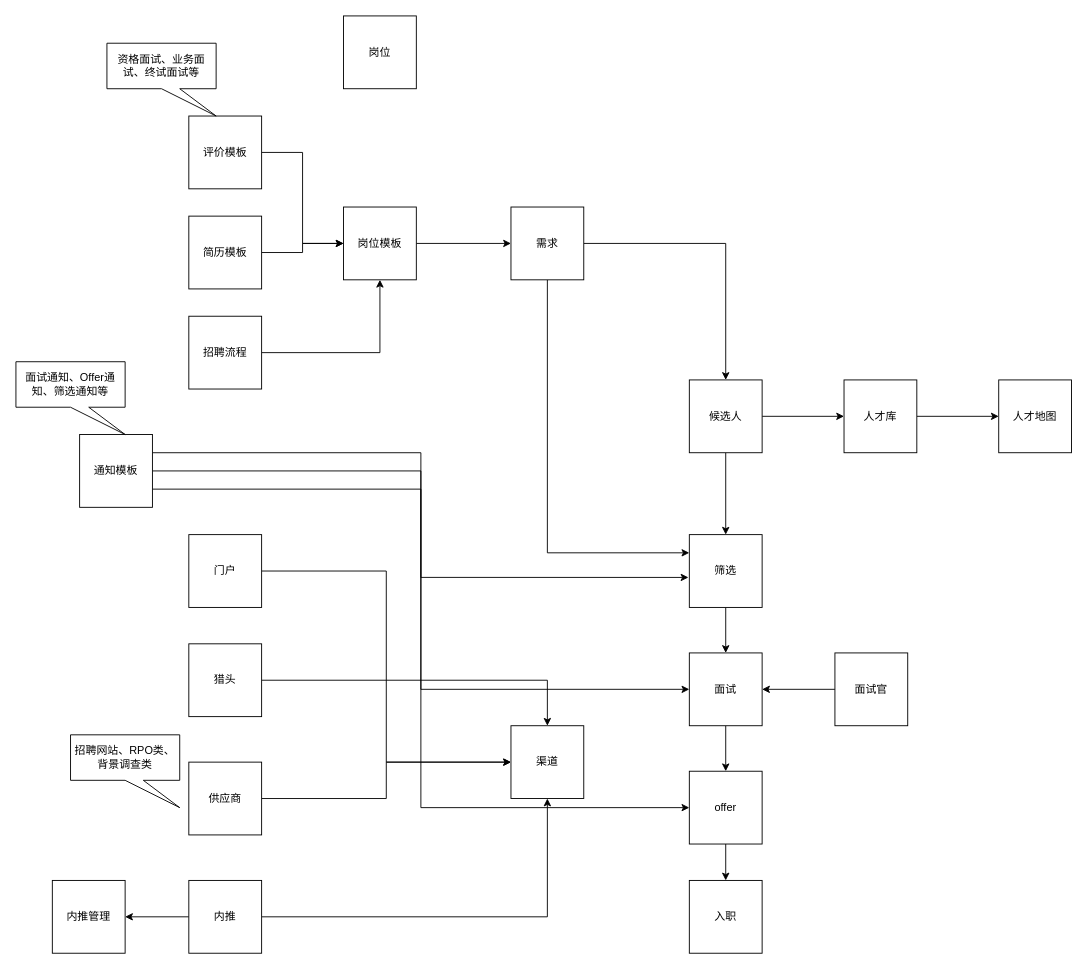
This is 招聘管理.drawio from guzhao593/drawio-files, a draw.io file, before an edit. Source tidied: cells renumbered, new cells numbered last; positions are measured from the earlier drawing's top-left corner, leaving out a move shared by most shapes. Both pictures are drawn from the tidied source at 91%, with x=0, y=0 at pixel (15, 15).
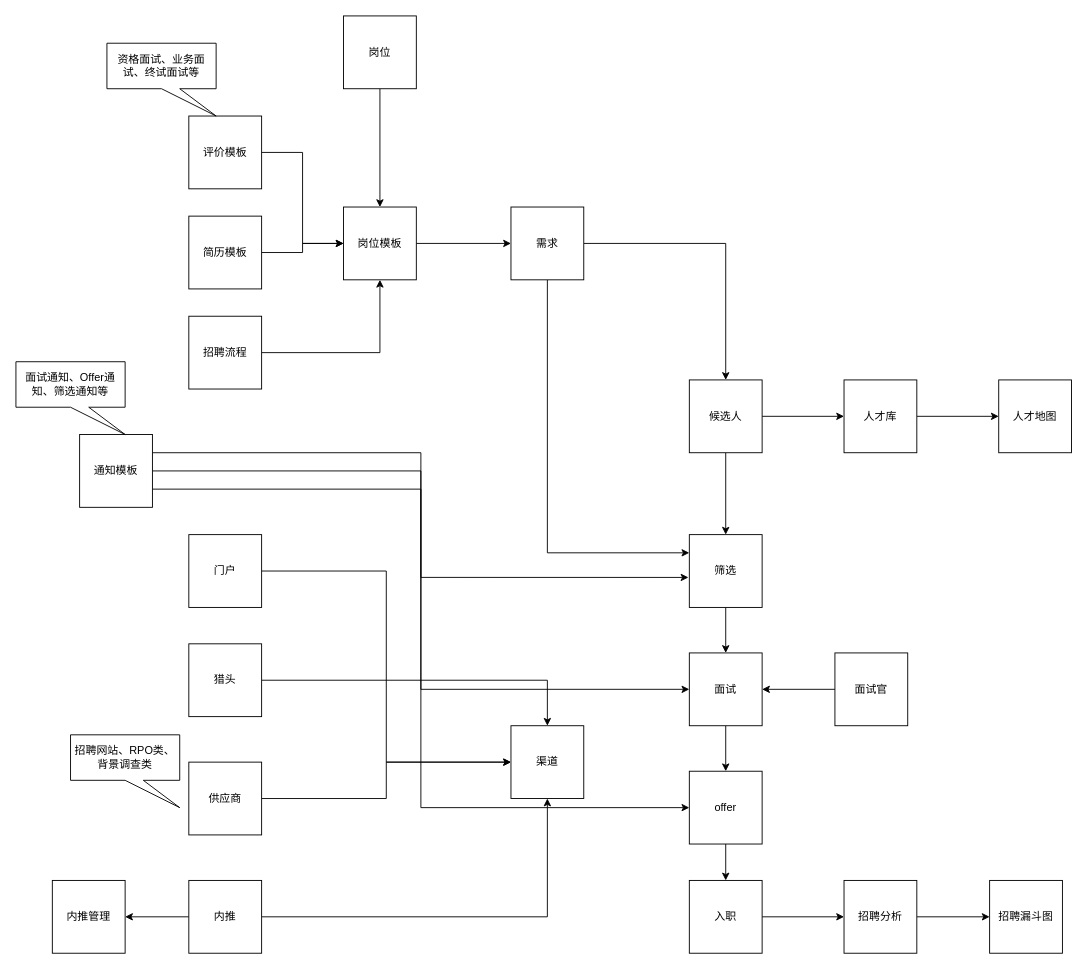
The same page after the edit.

Commit message (it also covers changes not shown here):
更新招聘管理.drawio

The change refers to these unchanged cells:
```xml
<mxCell id="11" value="岗位模板" style="whiteSpace=wrap;html=1;" parent="1" vertex="1">
  <mxGeometry x="360" y="210" width="80" height="80" as="geometry" />
</mxCell>
<mxCell id="16" value="岗位" style="whiteSpace=wrap;html=1;" parent="1" vertex="1">
  <mxGeometry x="360" width="80" height="80" as="geometry" />
</mxCell>
<mxCell id="46" value="入职" style="whiteSpace=wrap;html=1;" parent="1" vertex="1">
  <mxGeometry x="740" y="950" width="80" height="80" as="geometry" />
</mxCell>
```

Diff of the diagram source:
```diff
@@
+    <mxCell id="47" style="edgeStyle=orthogonalEdgeStyle;rounded=0;jettySize=auto;html=1;exitX=0.5;exitY=1;exitDx=0;exitDy=0;" parent="1" edge="1" source="16" target="11">
+      <mxGeometry relative="1" as="geometry" />
+    </mxCell>
@@
+    <mxCell id="48" style="edgeStyle=orthogonalEdgeStyle;rounded=0;jettySize=auto;html=1;exitX=1;exitY=0.5;exitDx=0;exitDy=0;entryX=0;entryY=0.5;entryDx=0;entryDy=0;" parent="1" edge="1" source="46" target="50">
+      <mxGeometry relative="1" as="geometry" />
+    </mxCell>
@@
+    <mxCell id="49" style="edgeStyle=orthogonalEdgeStyle;rounded=0;jettySize=auto;html=1;exitX=1;exitY=0.5;exitDx=0;exitDy=0;entryX=0;entryY=0.5;entryDx=0;entryDy=0;" parent="1" edge="1" source="50" target="51">
+      <mxGeometry relative="1" as="geometry" />
+    </mxCell>
+    <mxCell id="50" value="招聘分析" style="whiteSpace=wrap;html=1;" parent="1" vertex="1">
+      <mxGeometry x="910" y="950" width="80" height="80" as="geometry" />
+    </mxCell>
+    <mxCell id="51" value="招聘漏斗图" style="whiteSpace=wrap;html=1;" parent="1" vertex="1">
+      <mxGeometry x="1070" y="950" width="80" height="80" as="geometry" />
+    </mxCell>
```
